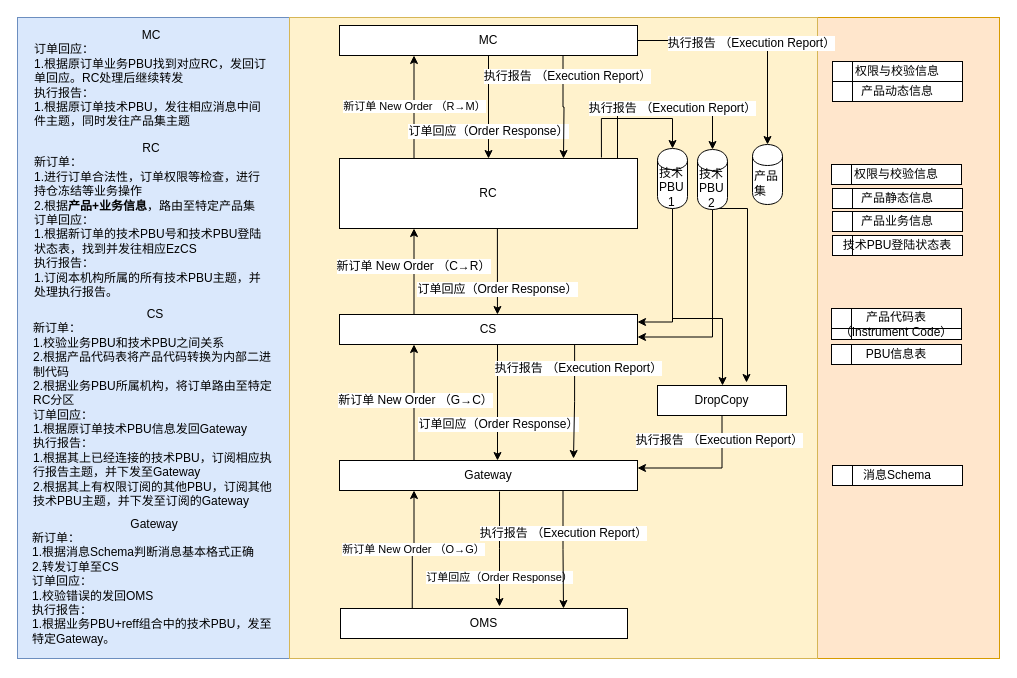
The draw.io diagram page "New Order Process" (2 of 9) of 交易系统升级流图 (2).drawio in gotrade/gotrade, before the edit. Source tidied: cells renumbered, new cells numbered last; positions are measured from the earlier drawing's top-left corner, leaving out a move shared by most shapes. Both pictures are drawn from the tidied source at 100%, with x=0, y=0 at pixel (17, 17).
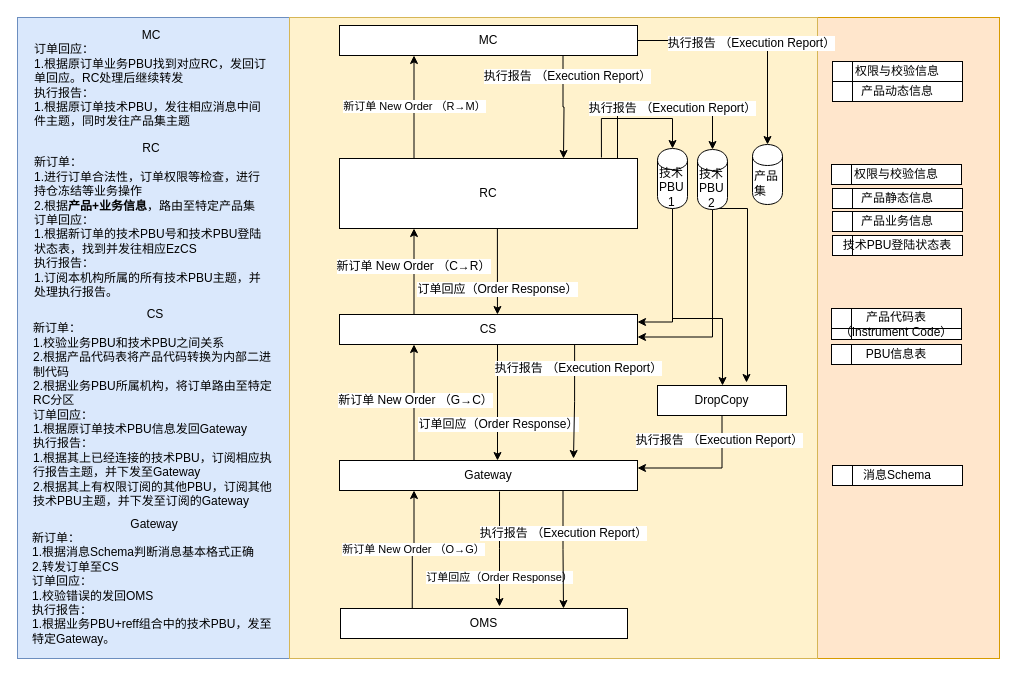
The same diagram, later.

Unchanged cells that the change refers to:
```xml
<mxCell id="19" value="RC&lt;br&gt;" style="rounded=0;whiteSpace=wrap;html=1;" parent="1" vertex="1">
  <mxGeometry x="322" y="141" width="298" height="70" as="geometry" />
</mxCell>
<mxCell id="27" value="MC&lt;br&gt;" style="rounded=0;whiteSpace=wrap;html=1;" parent="1" vertex="1">
  <mxGeometry x="322" y="8" width="298" height="30" as="geometry" />
</mxCell>
```

Diff of the diagram source:
```diff
@@
-    <mxCell id="20" style="edgeStyle=orthogonalEdgeStyle;rounded=0;jettySize=auto;html=1;exitX=0.5;exitY=1;exitDx=0;exitDy=0;entryX=0.5;entryY=0;entryDx=0;entryDy=0;" parent="1" edge="1" source="27" target="19">
-      <mxGeometry relative="1" as="geometry" />
-    </mxCell>
-    <mxCell id="21" value="订单回应（Order Response）" style="text;html=1;align=center;verticalAlign=middle;labelBackgroundColor=#ffffff;" parent="20" vertex="1">
-      <mxGeometry x="0.46" y="-1" relative="1" as="geometry" />
-    </mxCell>
```
